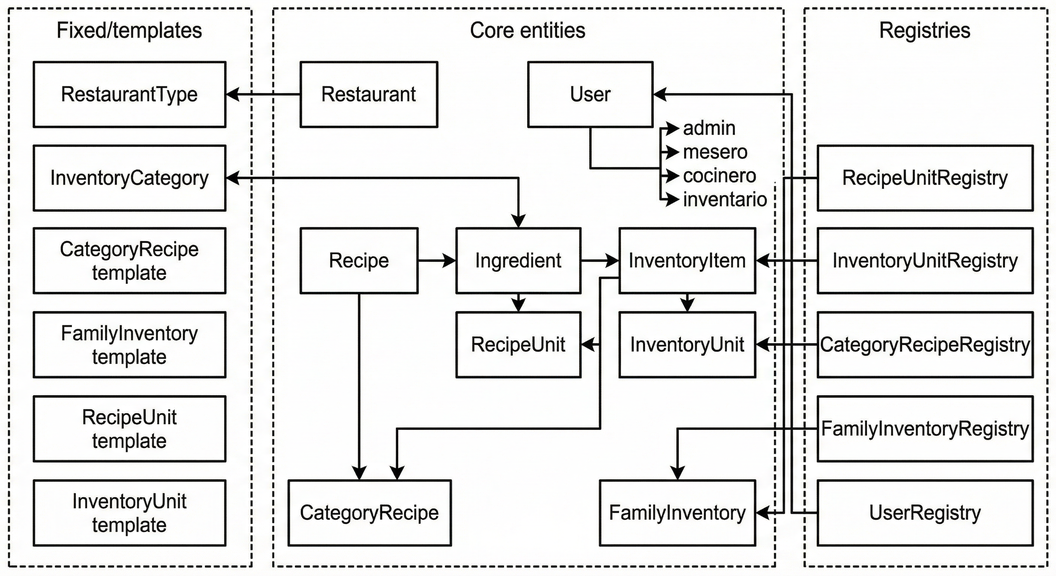
Before: docs/Architecture/images/data-model-01-entity-registry.png, a diagram exported from Mermaid (Alanbahena/zenet-mvp-jupyter). Its source is kept beside it as docs/Architecture/images/data-model-01-entity-registry.mmd. Its diagram source:
```mermaid
flowchart TB
    subgraph fixed["Fixed / templates (by RestaurantType)"]
        RT[RestaurantType]
        IC[InventoryCategory]
        T[CategoryRecipe template]
        T2[FamilyInventory template]
        T3[RecipeUnit template]
        T4[InventoryUnit template]
    end

    subgraph entities["Core entities"]
        R[Restaurant]
        U[User]
        Rec[Recipe]
        Ing[Ingredient]
        II[InventoryItem]
        RU[RecipeUnit]
        IU[InventoryUnit]
        CR[CategoryRecipe]
        FI[FamilyInventory]
    end

    subgraph registries["Registries (add/remove/valid_ids/get)"]
        RUR[RecipeUnitRegistry]
        IUR[InventoryUnitRegistry]
        CRR[CategoryRecipeRegistry]
        FIR[FamilyInventoryRegistry]
        UR[UserRegistry]
    end

    R -->|restaurant_type_id| RT
    Rec -->|category_id| CR
    Rec -->|ingredients| Ing
    Ing -->|unit_id| RU
    Ing -.->|inventory_item_id| II
    II -->|unit_id| IU
    II -->|category_id| IC
    II -.->|family_id| FI
    U -->|role| ROLES[admin, mesero, cocinero, inventario]

    RUR -.->|stores| RU
    IUR -.->|stores| IU
    CRR -.->|stores| CR
    FIR -.->|stores| FI
    UR -.->|stores| U
```
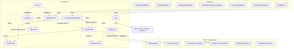
Above is the later version.

Change to the diagram source:
```diff
@@ -16,6 +16,7 @@
         II[InventoryItem]
         RU[RecipeUnit]
         IU[InventoryUnit]
+        IUE[InventoryUnitEquivalence]
         CR[CategoryRecipe]
         FI[FamilyInventory]
     end
@@ -23,6 +24,8 @@
     subgraph registries["Registries (add/remove/valid_ids/get)"]
         RUR[RecipeUnitRegistry]
         IUR[InventoryUnitRegistry]
+        IIR[InventoryItemRegistry]
+        IUE_R[InventoryUnitEquivalenceRegistry]
         CRR[CategoryRecipeRegistry]
         FIR[FamilyInventoryRegistry]
         UR[UserRegistry]
@@ -40,6 +43,11 @@
 
     RUR -.->|stores| RU
     IUR -.->|stores| IU
+    IIR -.->|stores| II
+    IUE_R -.->|stores| IUE
     CRR -.->|stores| CR
     FIR -.->|stores| FI
     UR -.->|stores| U
+
+    IUE -->|unit_id / base_unit_id| IU
+    IUE -->|inventory_item_id| II
```
